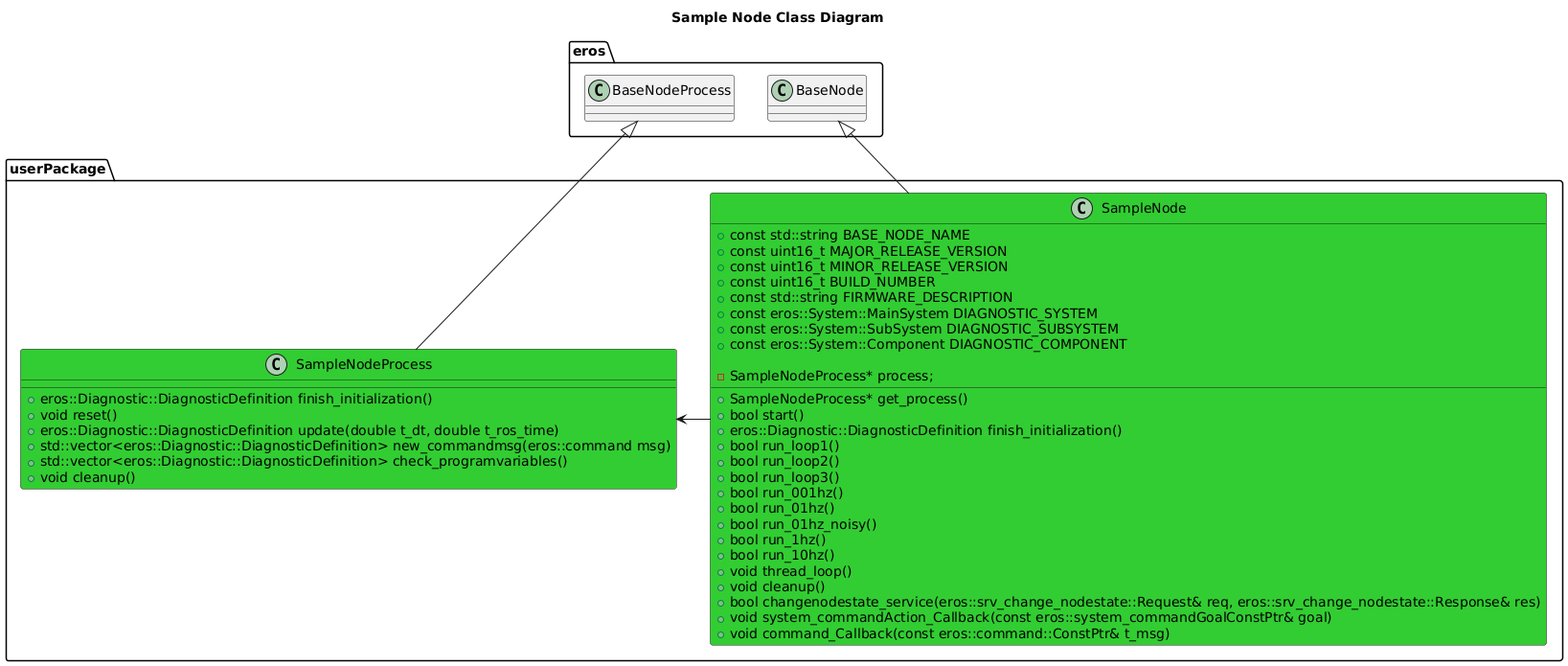
Before: sample/SampleNode/SampleNode/doc/output/SampleNodeClassDiagram.png, a diagram exported from PlantUML (dgitz/eros).
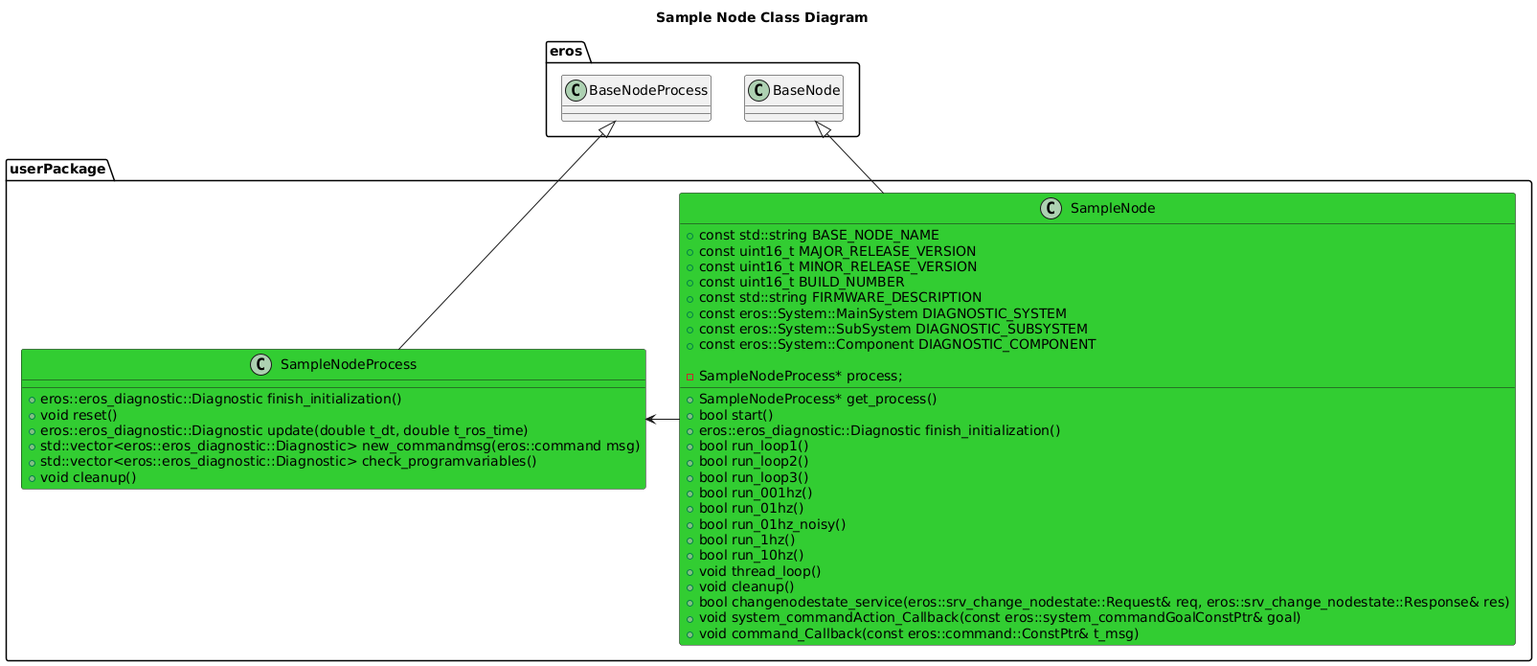
Above is the later version.

What changed in the source:
```diff
@@ -19,7 +19,7 @@
       +const eros::System::Component DIAGNOSTIC_COMPONENT
       +SampleNodeProcess* get_process()
       +bool start()
-      +eros::Diagnostic::DiagnosticDefinition finish_initialization()
+      +eros::eros_diagnostic::Diagnostic finish_initialization()
       +bool run_loop1()
       +bool run_loop2()
       +bool run_loop3()
@@ -37,11 +37,11 @@
       -SampleNodeProcess* process;
   }
   class SampleNodeProcess #LimeGreen {
-      +eros::Diagnostic::DiagnosticDefinition finish_initialization()
+      +eros::eros_diagnostic::Diagnostic finish_initialization()
       +void reset()
-      +eros::Diagnostic::DiagnosticDefinition update(double t_dt, double t_ros_time)
-      +std::vector<eros::Diagnostic::DiagnosticDefinition> new_commandmsg(eros::command msg)
-      +std::vector<eros::Diagnostic::DiagnosticDefinition> check_programvariables()
+      +eros::eros_diagnostic::Diagnostic update(double t_dt, double t_ros_time)
+      +std::vector<eros::eros_diagnostic::Diagnostic> new_commandmsg(eros::command msg)
+      +std::vector<eros::eros_diagnostic::Diagnostic> check_programvariables()
       +void cleanup()
 
   }
```
